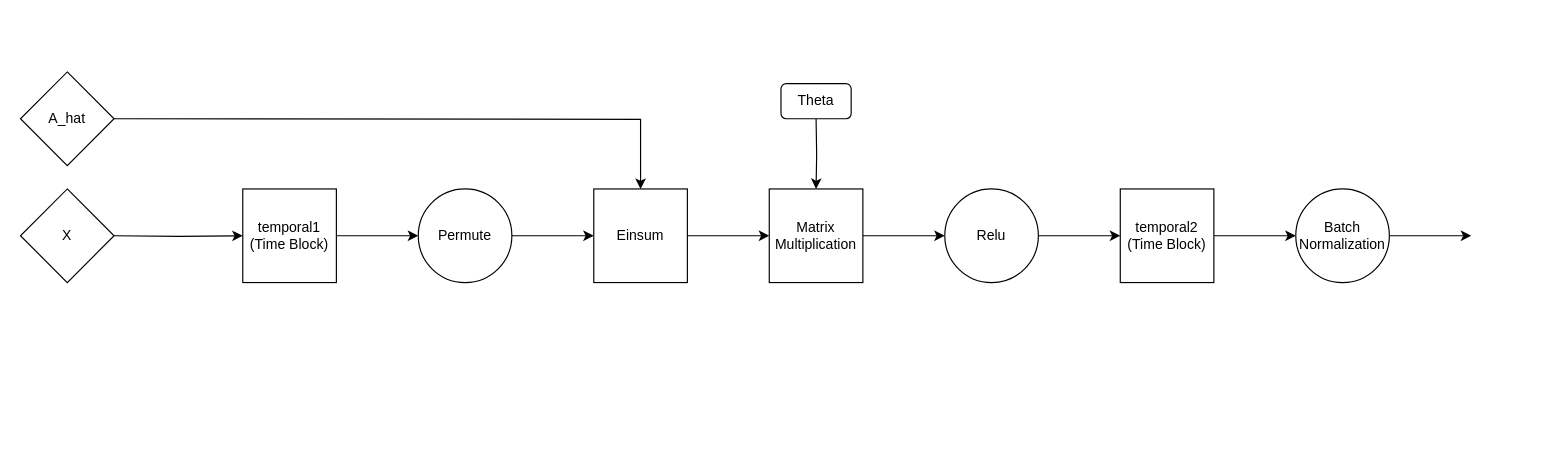
Above: diagrams/spatial_block.drawio in oscarcrowley1/thesis (draw.io), before the change. Source tidied: cells renumbered, new cells numbered last; positions are measured from the earlier drawing's top-left corner, leaving out a move shared by most shapes. Both pictures are drawn from the tidied source at 117%, with x=0, y=0 at pixel (20, 71).
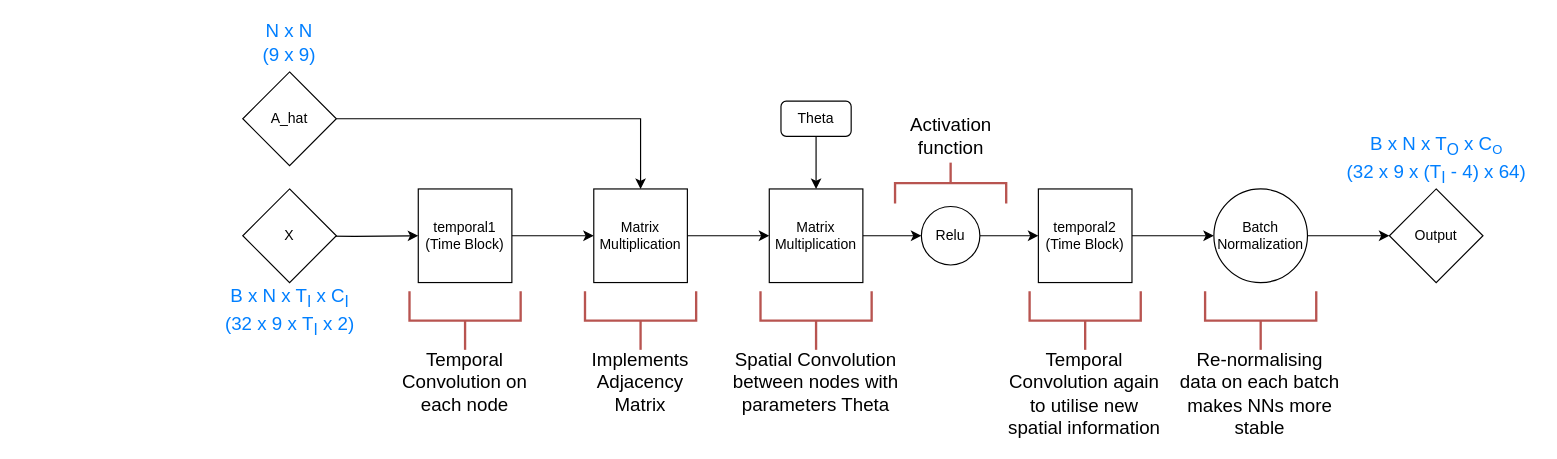
Above is the later version.

Unchanged cells that the change refers to:
```xml
<mxCell id="11" value="Matrix Multiplication" style="whiteSpace=wrap;html=1;" parent="1" vertex="1">
  <mxGeometry x="640" y="100" width="80" height="80" as="geometry" />
</mxCell>
```

Diff of the diagram source:
```diff
@@
-    <mxCell id="2" style="edgeStyle=orthogonalEdgeStyle;rounded=0;jettySize=auto;html=1;exitX=1;exitY=0.5;exitDx=0;exitDy=0;entryX=0;entryY=0.5;entryDx=0;entryDy=0;" parent="1" edge="1" source="4" target="6">
-      <mxGeometry relative="1" as="geometry" />
+    <mxCell id="2" style="edgeStyle=orthogonalEdgeStyle;rounded=0;jettySize=auto;html=1;exitX=1;exitY=0.5;exitDx=0;exitDy=0;entryX=0;entryY=0.5;entryDx=0;entryDy=0;" parent="1" edge="1" source="4">
+      <mxGeometry relative="1" as="geometry">
+        <mxPoint x="490" y="140" as="targetPoint" />
+      </mxGeometry>
     </mxCell>
-    <mxCell id="3" style="edgeStyle=orthogonalEdgeStyle;rounded=0;jettySize=auto;html=1;entryX=0.5;entryY=0;entryDx=0;entryDy=0;" parent="1" edge="1" target="9">
-      <mxGeometry relative="1" as="geometry">
-        <mxPoint x="80" y="40" as="sourcePoint" />
-      </mxGeometry>
+    <mxCell id="3" style="edgeStyle=orthogonalEdgeStyle;rounded=0;jettySize=auto;html=1;entryX=0.5;entryY=0;entryDx=0;entryDy=0;exitX=1;exitY=0.5;exitDx=0;exitDy=0;" parent="1" edge="1" source="19" target="9">
+      <mxGeometry relative="1" as="geometry" />
     </mxCell>
     <mxCell id="4" value="temporal1&lt;br&gt;(Time Block)" style="whiteSpace=wrap;html=1;" parent="1" vertex="1">
-      <mxGeometry x="190" y="100" width="80" height="80" as="geometry" />
+      <mxGeometry x="340" y="100" width="80" height="80" as="geometry" />
     </mxCell>
-    <mxCell id="5" style="edgeStyle=orthogonalEdgeStyle;rounded=0;jettySize=auto;html=1;exitX=1;exitY=0.5;exitDx=0;exitDy=0;entryX=0;entryY=0.5;entryDx=0;entryDy=0;" parent="1" edge="1" source="6" target="9">
-      <mxGeometry relative="1" as="geometry" />
-    </mxCell>
-    <mxCell id="6" value="Permute" style="ellipse;whiteSpace=wrap;html=1;" parent="1" vertex="1">
-      <mxGeometry x="340" y="100" width="80" height="80" as="geometry" />
-    </mxCell>
@@
-    <mxCell id="8" style="edgeStyle=orthogonalEdgeStyle;rounded=0;jettySize=auto;html=1;entryX=0.5;entryY=0;entryDx=0;entryDy=0;" parent="1" edge="1" target="11">
-      <mxGeometry relative="1" as="geometry">
-        <mxPoint x="680" y="40" as="sourcePoint" />
-      </mxGeometry>
+    <mxCell id="8" style="edgeStyle=orthogonalEdgeStyle;rounded=0;jettySize=auto;html=1;entryX=0.5;entryY=0;entryDx=0;entryDy=0;startArrow=none;" parent="1" edge="1" source="21" target="11">
+      <mxGeometry relative="1" as="geometry" />
     </mxCell>
-    <mxCell id="9" value="Einsum" style="whiteSpace=wrap;html=1;" parent="1" vertex="1">
+    <mxCell id="9" value="Matrix Multiplication" style="whiteSpace=wrap;html=1;" parent="1" vertex="1">
       <mxGeometry x="490" y="100" width="80" height="80" as="geometry" />
     </mxCell>
@@
     <mxCell id="13" value="Relu" style="ellipse;whiteSpace=wrap;html=1;" parent="1" vertex="1">
-      <mxGeometry x="790" y="100" width="80" height="80" as="geometry" />
+      <mxGeometry x="770" y="115" width="50" height="50" as="geometry" />
     </mxCell>
@@
     <mxCell id="15" value="&lt;span&gt;temporal2&lt;/span&gt;&lt;br&gt;&lt;span&gt;(Time Block)&lt;/span&gt;" style="whiteSpace=wrap;html=1;" parent="1" vertex="1">
-      <mxGeometry x="940" y="100" width="80" height="80" as="geometry" />
+      <mxGeometry x="870" y="100" width="80" height="80" as="geometry" />
     </mxCell>
     <mxCell id="16" style="edgeStyle=orthogonalEdgeStyle;rounded=0;jettySize=auto;html=1;exitX=1;exitY=0.5;exitDx=0;exitDy=0;" parent="1" edge="1" source="17">
       <mxGeometry relative="1" as="geometry">
-        <mxPoint x="1240" y="140" as="targetPoint" />
+        <mxPoint x="1170" y="140" as="targetPoint" />
       </mxGeometry>
     </mxCell>
     <mxCell id="17" value="Batch Normalization" style="ellipse;whiteSpace=wrap;html=1;" parent="1" vertex="1">
-      <mxGeometry x="1090" y="100" width="80" height="80" as="geometry" />
+      <mxGeometry x="1020" y="100" width="80" height="80" as="geometry" />
     </mxCell>
     <mxCell id="18" style="edgeStyle=orthogonalEdgeStyle;rounded=0;jettySize=auto;html=1;entryX=0;entryY=0.5;entryDx=0;entryDy=0;" parent="1" edge="1" target="4">
       <mxGeometry relative="1" as="geometry">
-        <mxPoint x="80" y="140" as="sourcePoint" />
+        <mxPoint x="230" y="140" as="sourcePoint" />
       </mxGeometry>
     </mxCell>
     <mxCell id="19" value="A_hat" style="rhombus;whiteSpace=wrap;html=1;" parent="1" vertex="1">
-      <mxGeometry width="80" height="80" as="geometry" />
+      <mxGeometry x="190" width="80" height="80" as="geometry" />
     </mxCell>
     <mxCell id="20" value="X" style="rhombus;whiteSpace=wrap;html=1;" parent="1" vertex="1">
-      <mxGeometry y="100" width="80" height="80" as="geometry" />
+      <mxGeometry x="190" y="100" width="80" height="80" as="geometry" />
     </mxCell>
     <mxCell id="21" value="Theta" style="rounded=1;whiteSpace=wrap;html=1;" parent="1" vertex="1">
-      <mxGeometry x="650" y="10" width="60" height="30" as="geometry" />
+      <mxGeometry x="650" y="25" width="60" height="30" as="geometry" />
     </mxCell>
+    <mxCell id="22" style="strokeWidth=2;html=1;shape=mxgraph.flowchart.annotation_2;align=left;labelPosition=right;rotation=-90;fillColor=#f8cecc;strokeColor=#b85450;" parent="1" vertex="1">
+      <mxGeometry x="355" y="165" width="50" height="95" as="geometry" />
+    </mxCell>
+    <mxCell id="23" value="&lt;font style=&quot;font-size: 16px&quot;&gt;Temporal Convolution on each node&lt;/font&gt;" style="text;html=1;strokeColor=none;fillColor=none;align=center;verticalAlign=middle;whiteSpace=wrap;rounded=0;" parent="1" vertex="1">
+      <mxGeometry x="320" y="250" width="120" height="30" as="geometry" />
+    </mxCell>
+    <mxCell id="24" style="strokeWidth=2;html=1;shape=mxgraph.flowchart.annotation_2;align=left;labelPosition=right;rotation=-90;fillColor=#f8cecc;strokeColor=#b85450;" parent="1" vertex="1">
+      <mxGeometry x="505" y="165" width="50" height="95" as="geometry" />
+    </mxCell>
+    <mxCell id="25" value="&lt;span style=&quot;font-size: 16px&quot;&gt;Implements Adjacency Matrix&lt;/span&gt;" style="text;html=1;strokeColor=none;fillColor=none;align=center;verticalAlign=middle;whiteSpace=wrap;rounded=0;" parent="1" vertex="1">
+      <mxGeometry x="470" y="250" width="120" height="30" as="geometry" />
+    </mxCell>
+    <mxCell id="26" style="strokeWidth=2;html=1;shape=mxgraph.flowchart.annotation_2;align=left;labelPosition=right;rotation=-90;fillColor=#f8cecc;strokeColor=#b85450;" parent="1" vertex="1">
+      <mxGeometry x="885" y="165" width="50" height="95" as="geometry" />
+    </mxCell>
+    <mxCell id="27" value="&lt;span style=&quot;font-size: 16px&quot;&gt;Temporal Convolution again to utilise new spatial information&lt;/span&gt;" style="text;html=1;strokeColor=none;fillColor=none;align=center;verticalAlign=middle;whiteSpace=wrap;rounded=0;" parent="1" vertex="1">
+      <mxGeometry x="840.3" y="260" width="139.4" height="30" as="geometry" />
+    </mxCell>
+    <mxCell id="28" style="strokeWidth=2;html=1;shape=mxgraph.flowchart.annotation_2;align=left;labelPosition=right;rotation=-90;fillColor=#f8cecc;strokeColor=#b85450;" parent="1" vertex="1">
+      <mxGeometry x="655" y="165" width="50" height="95" as="geometry" />
+    </mxCell>
+    <mxCell id="29" value="&lt;span style=&quot;font-size: 16px&quot;&gt;Spatial Convolution between nodes with parameters Theta&lt;/span&gt;" style="text;html=1;strokeColor=none;fillColor=none;align=center;verticalAlign=middle;whiteSpace=wrap;rounded=0;" parent="1" vertex="1">
+      <mxGeometry x="601.2" y="250" width="157.5" height="30" as="geometry" />
+    </mxCell>
+    <mxCell id="30" style="strokeWidth=2;html=1;shape=mxgraph.flowchart.annotation_2;align=left;labelPosition=right;rotation=90;fillColor=#f8cecc;strokeColor=#b85450;" parent="1" vertex="1">
+      <mxGeometry x="777.5" y="47.5" width="35" height="95" as="geometry" />
+    </mxCell>
+    <mxCell id="31" value="&lt;span style=&quot;font-size: 16px&quot;&gt;Activation function&lt;/span&gt;" style="text;html=1;strokeColor=none;fillColor=none;align=center;verticalAlign=middle;whiteSpace=wrap;rounded=0;" parent="1" vertex="1">
+      <mxGeometry x="738.8" y="40" width="112.5" height="30" as="geometry" />
+    </mxCell>
+    <mxCell id="32" style="strokeWidth=2;html=1;shape=mxgraph.flowchart.annotation_2;align=left;labelPosition=right;rotation=-90;fillColor=#f8cecc;strokeColor=#b85450;" parent="1" vertex="1">
+      <mxGeometry x="1035" y="165" width="50" height="95" as="geometry" />
+    </mxCell>
+    <mxCell id="33" value="&lt;span style=&quot;font-size: 16px&quot;&gt;Re-normalising data on each batch makes NNs more stable&lt;/span&gt;" style="text;html=1;strokeColor=none;fillColor=none;align=center;verticalAlign=middle;whiteSpace=wrap;rounded=0;" parent="1" vertex="1">
+      <mxGeometry x="990.3" y="260" width="139.4" height="30" as="geometry" />
+    </mxCell>
+    <mxCell id="34" value="Output" style="rhombus;whiteSpace=wrap;html=1;" parent="1" vertex="1">
+      <mxGeometry x="1170" y="100" width="80" height="80" as="geometry" />
+    </mxCell>
+    <mxCell id="35" value="&lt;font color=&quot;#007fff&quot;&gt;N x N&lt;br&gt;(9 x 9)&lt;br&gt;&lt;/font&gt;" style="text;html=1;strokeColor=none;fillColor=none;align=center;verticalAlign=middle;whiteSpace=wrap;rounded=0;fontSize=16;" parent="1" vertex="1">
+      <mxGeometry x="200" y="-40" width="60" height="30" as="geometry" />
+    </mxCell>
+    <mxCell id="36" value="&lt;font color=&quot;#007fff&quot;&gt;B x N x T&lt;sub&gt;I&lt;/sub&gt; x C&lt;sub&gt;I&lt;/sub&gt;&lt;br&gt;(32 x 9 x&amp;nbsp;&lt;/font&gt;&lt;span style=&quot;color: rgb(0 , 127 , 255)&quot;&gt;T&lt;/span&gt;&lt;sub style=&quot;color: rgb(0 , 127 , 255)&quot;&gt;I&lt;/sub&gt;&lt;span style=&quot;color: rgb(0 , 127 , 255)&quot;&gt;&amp;nbsp;&lt;/span&gt;&lt;font color=&quot;#007fff&quot;&gt;x 2)&lt;br&gt;&lt;/font&gt;" style="text;html=1;strokeColor=none;fillColor=none;align=center;verticalAlign=middle;whiteSpace=wrap;rounded=0;fontSize=16;" parent="1" vertex="1">
+      <mxGeometry x="143.8" y="190" width="172.5" height="30" as="geometry" />
+    </mxCell>
+    <mxCell id="37" value="&lt;font color=&quot;#007fff&quot;&gt;B x N x T&lt;sub&gt;O&lt;/sub&gt; x C&lt;span style=&quot;font-size: 13.3333px&quot;&gt;&lt;sub&gt;O&lt;/sub&gt;&lt;/span&gt;&lt;br&gt;(32 x 9 x (&lt;/font&gt;&lt;span style=&quot;color: rgb(0 , 127 , 255)&quot;&gt;T&lt;/span&gt;&lt;sub style=&quot;color: rgb(0 , 127 , 255)&quot;&gt;I&lt;/sub&gt;&lt;span style=&quot;color: rgb(0 , 127 , 255)&quot;&gt;&amp;nbsp;- 4)&amp;nbsp;&lt;/span&gt;&lt;font color=&quot;#007fff&quot;&gt;x 64)&lt;br&gt;&lt;/font&gt;" style="text;html=1;strokeColor=none;fillColor=none;align=center;verticalAlign=middle;whiteSpace=wrap;rounded=0;fontSize=16;" parent="1" vertex="1">
+      <mxGeometry x="1123.8" y="60" width="172.5" height="30" as="geometry" />
+    </mxCell>
```
